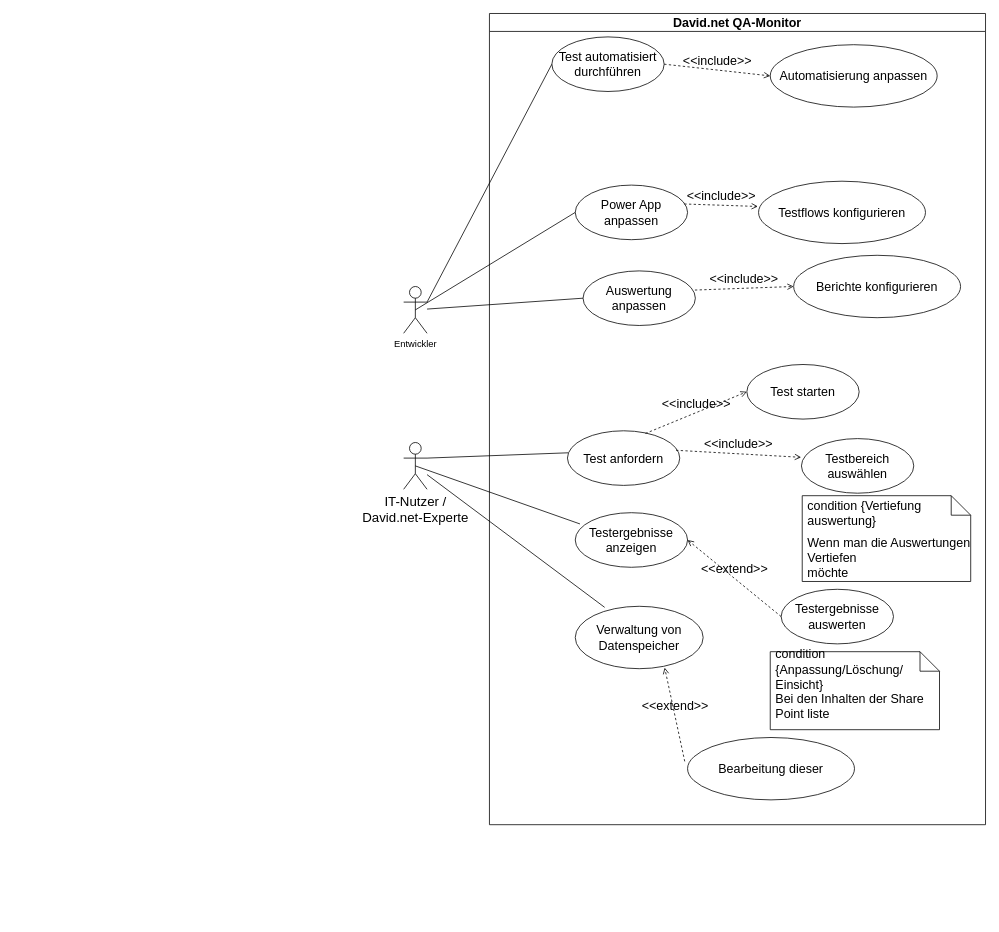
Before: page "Seite-21" (21 of 22) of Unbenanntes Diagramm.drawio in ZimmermannITNutzerLU/Diagramme, a draw.io diagram. Source tidied: cells renumbered, new cells numbered last; positions are measured from the earlier drawing's top-left corner, leaving out a move shared by most shapes. Both pictures are drawn from the tidied source at 78%, with x=0, y=0 at pixel (13, 13).
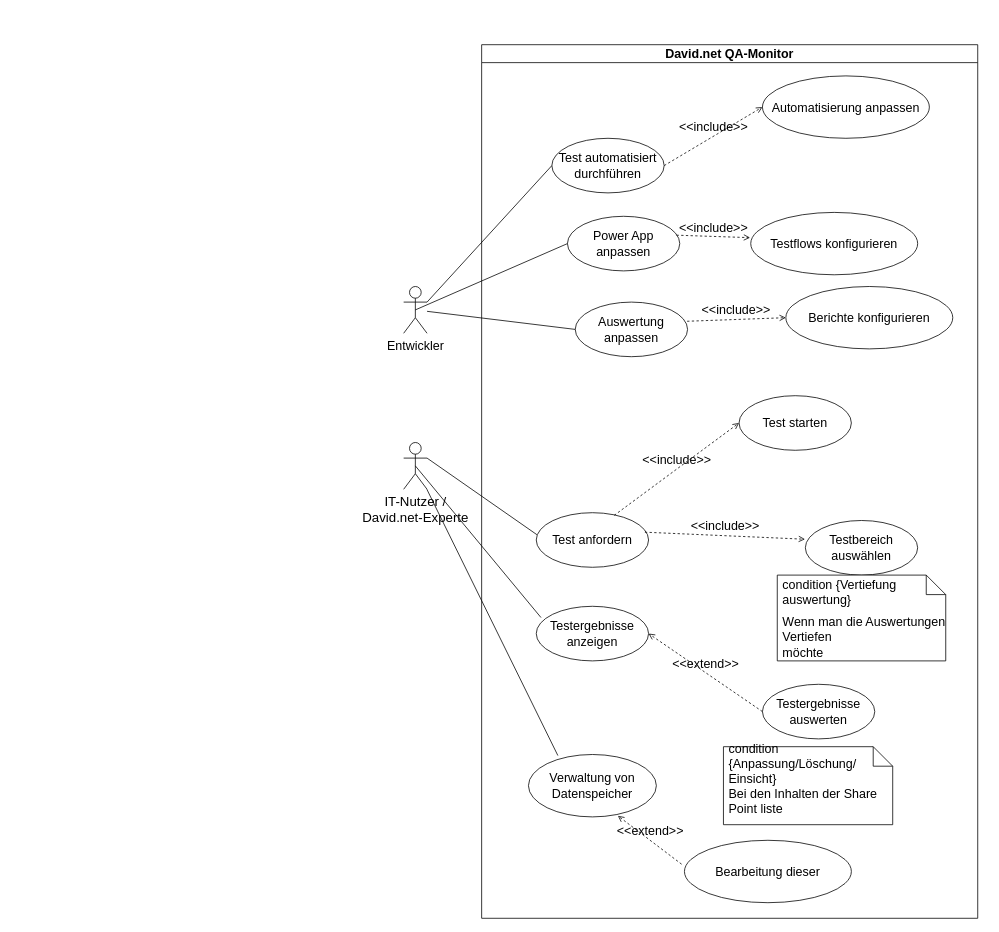
The same page after the edit.

Change to the diagram source:
```diff
@@
     <mxCell id="2" value="&lt;font style=&quot;font-size: 16px;&quot;&gt;David.net QA-Monitor&lt;/font&gt;" style="swimlane;whiteSpace=wrap;html=1;" parent="1" vertex="1">
-      <mxGeometry x="610" y="-0.2" width="636" height="1040" as="geometry" />
+      <mxGeometry x="600" y="39.8" width="636" height="1120" as="geometry" />
     </mxCell>
     <mxCell id="3" value="&lt;font style=&quot;font-size: 16px;&quot;&gt;Test automatisiert durchführen&lt;/font&gt;" style="ellipse;whiteSpace=wrap;html=1;" parent="2" vertex="1">
-      <mxGeometry x="80" y="30" width="144" height="70" as="geometry" />
+      <mxGeometry x="90" y="120" width="144" height="70" as="geometry" />
     </mxCell>
     <mxCell id="4" value="&lt;font style=&quot;font-size: 16px;&quot;&gt;Test anfordern&lt;/font&gt;" style="ellipse;whiteSpace=wrap;html=1;" parent="2" vertex="1">
-      <mxGeometry x="100" y="535" width="144" height="70" as="geometry" />
+      <mxGeometry x="70" y="600" width="144" height="70" as="geometry" />
     </mxCell>
     <mxCell id="5" value="&lt;font style=&quot;font-size: 16px;&quot;&gt;Testbereich auswählen&lt;/font&gt;" style="ellipse;whiteSpace=wrap;html=1;" parent="2" vertex="1">
-      <mxGeometry x="400" y="545" width="144" height="70" as="geometry" />
+      <mxGeometry x="415" y="610" width="144" height="70" as="geometry" />
     </mxCell>
@@
     <mxCell id="9" value="&lt;font style=&quot;font-size: 16px;&quot;&gt;Testergebnisse anzeigen&lt;/font&gt;" style="ellipse;whiteSpace=wrap;html=1;" parent="2" vertex="1">
-      <mxGeometry x="110" y="640" width="144" height="70" as="geometry" />
+      <mxGeometry x="70" y="720" width="144" height="70" as="geometry" />
     </mxCell>
     <mxCell id="10" value="&lt;font style=&quot;font-size: 16px;&quot;&gt;Verwaltung von Datenspeicher&lt;/font&gt;" style="ellipse;whiteSpace=wrap;html=1;" parent="2" vertex="1">
-      <mxGeometry x="110" y="760" width="164" height="80" as="geometry" />
+      <mxGeometry x="60" y="910" width="164" height="80" as="geometry" />
     </mxCell>
     <mxCell id="11" value="&lt;font style=&quot;font-size: 16px;&quot;&gt;Testergebnisse auswerten&lt;/font&gt;" style="ellipse;whiteSpace=wrap;html=1;" parent="2" vertex="1">
-      <mxGeometry x="374" y="738.2" width="144" height="70" as="geometry" />
+      <mxGeometry x="360" y="820" width="144" height="70" as="geometry" />
     </mxCell>
@@
     <mxCell id="13" value="&lt;font style=&quot;font-size: 16px;&quot;&gt;Bearbeitung dieser&lt;/font&gt;" style="ellipse;whiteSpace=wrap;html=1;" parent="2" vertex="1">
-      <mxGeometry x="254" y="928.2" width="214" height="80" as="geometry" />
+      <mxGeometry x="260" y="1020" width="214" height="80" as="geometry" />
     </mxCell>
@@
     <mxCell id="23" value="&lt;div&gt;&lt;font style=&quot;font-size: 16px;&quot;&gt;&lt;br&gt;&lt;/font&gt;&lt;/div&gt;&lt;div&gt;&lt;font style=&quot;font-size: 16px;&quot;&gt;Bei den Inhalten der Share Point liste&amp;nbsp;&lt;/font&gt;&lt;/div&gt;" style="shape=note2;boundedLbl=1;whiteSpace=wrap;html=1;size=25;verticalAlign=top;align=left;spacingLeft=5;" parent="2" vertex="1">
-      <mxGeometry x="360" y="818.2" width="217" height="100" as="geometry" />
+      <mxGeometry x="310" y="900" width="217" height="100" as="geometry" />
     </mxCell>
@@
+    <mxCell id="35" value="&lt;div&gt;&lt;font style=&quot;font-size: 16px;&quot;&gt;&lt;br&gt;&lt;/font&gt;&lt;/div&gt;&lt;div&gt;&lt;font style=&quot;font-size: 16px;&quot;&gt;Wenn man die Auswertungen Vertiefen&lt;/font&gt;&lt;/div&gt;&lt;div&gt;&lt;font style=&quot;font-size: 16px;&quot;&gt;möchte&lt;/font&gt;&lt;/div&gt;" style="shape=note2;boundedLbl=1;whiteSpace=wrap;html=1;size=25;verticalAlign=top;align=left;spacingLeft=5;" parent="2" vertex="1">
+      <mxGeometry x="379" y="680" width="216" height="110" as="geometry" />
+    </mxCell>
+    <mxCell id="36" value="&lt;div&gt;&lt;font style=&quot;font-size: 16px;&quot;&gt;&lt;br&gt;&lt;/font&gt;&lt;/div&gt;&lt;div&gt;&lt;font style=&quot;font-size: 16px;&quot;&gt;condition {Vertiefung auswertung}&lt;/font&gt;&lt;/div&gt;" style="strokeColor=none;fillColor=none;align=left;spacingLeft=5;whiteSpace=wrap;html=1;" parent="35" vertex="1">
+      <mxGeometry width="216" height="25" relative="1" as="geometry" />
+    </mxCell>
@@
-    <mxCell id="26" value="Entwickler" style="shape=umlActor;verticalLabelPosition=bottom;verticalAlign=top;html=1;outlineConnect=0;" parent="1" vertex="1">
+    <mxCell id="26" value="&lt;font style=&quot;font-size: 16px;&quot;&gt;Entwickler&lt;/font&gt;" style="shape=umlActor;verticalLabelPosition=bottom;verticalAlign=top;html=1;outlineConnect=0;" parent="1" vertex="1">
       <mxGeometry x="500" y="349.8" width="30" height="60" as="geometry" />
     </mxCell>
-    <mxCell id="27" style="text;html=1;whiteSpace=wrap;strokeColor=none;fillColor=none;align=center;verticalAlign=middle;rounded=0;" parent="1" vertex="1">
-      <mxGeometry y="330.8" width="210" height="30" as="geometry" />
-    </mxCell>
-    <mxCell id="28" style="text;html=1;whiteSpace=wrap;strokeColor=none;fillColor=none;align=center;verticalAlign=middle;rounded=0;" parent="1" vertex="1">
-      <mxGeometry x="70" y="250.8" width="60" height="30" as="geometry" />
-    </mxCell>
@@
-    <mxCell id="35" value="&lt;div&gt;&lt;font style=&quot;font-size: 16px;&quot;&gt;&lt;br&gt;&lt;/font&gt;&lt;/div&gt;&lt;div&gt;&lt;font style=&quot;font-size: 16px;&quot;&gt;Wenn man die Auswertungen Vertiefen&lt;/font&gt;&lt;/div&gt;&lt;div&gt;&lt;font style=&quot;font-size: 16px;&quot;&gt;möchte&lt;/font&gt;&lt;/div&gt;" style="shape=note2;boundedLbl=1;whiteSpace=wrap;html=1;size=25;verticalAlign=top;align=left;spacingLeft=5;" parent="1" vertex="1">
-      <mxGeometry x="1011" y="618" width="216" height="110" as="geometry" />
-    </mxCell>
-    <mxCell id="36" value="&lt;div&gt;&lt;font style=&quot;font-size: 16px;&quot;&gt;&lt;br&gt;&lt;/font&gt;&lt;/div&gt;&lt;div&gt;&lt;font style=&quot;font-size: 16px;&quot;&gt;condition {Vertiefung auswertung}&lt;/font&gt;&lt;/div&gt;" style="strokeColor=none;fillColor=none;align=left;spacingLeft=5;whiteSpace=wrap;html=1;" parent="35" vertex="1">
-      <mxGeometry width="216" height="25" relative="1" as="geometry" />
-    </mxCell>
```
